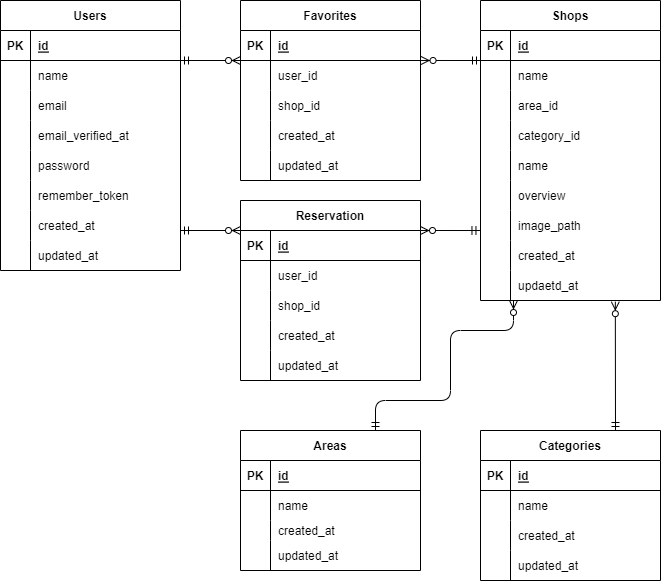
Earlier version of the draw.io export readme/images/rese.drawio.png (takamasa0719/Rese). Source tidied: cells renumbered, new cells last; positions are measured from the earlier drawing's top-left corner, leaving out a move shared by most shapes.
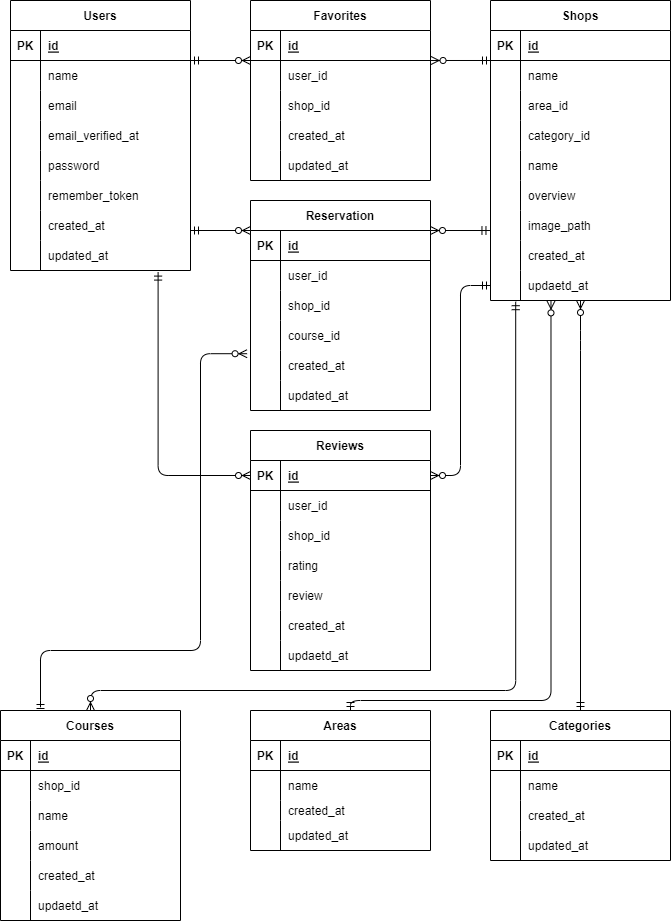
The same diagram one commit later.

The edit, as a diff of the source:
```diff
@@ -78,7 +78,7 @@
       <mxGeometry x="30" width="150" height="30" as="geometry" />
     </mxCell>
     <mxCell id="27" value="Categories" style="shape=table;startSize=30;rowLines=0;fontStyle=1;align=center;" parent="1" vertex="1">
-      <mxGeometry x="480" y="430" width="180" height="150" as="geometry" />
+      <mxGeometry x="480" y="710" width="180" height="150" as="geometry" />
     </mxCell>
     <mxCell id="28" style="shape=partialRectangle;fillColor=none;top=0;left=0;bottom=1;right=0;" parent="27" vertex="1">
       <mxGeometry y="30" width="180" height="30" as="geometry" />
@@ -116,45 +116,6 @@
     <mxCell id="39" value="updated_at" style="shape=partialRectangle;fillColor=none;top=0;left=0;bottom=0;right=0;align=left;spacingLeft=6;overflow=hidden;" parent="37" vertex="1">
       <mxGeometry x="30" width="150" height="30" as="geometry" />
     </mxCell>
-    <mxCell id="40" value="Areas" style="shape=table;startSize=30;rowLines=0;fontStyle=1;align=center;" parent="1" vertex="1">
-      <mxGeometry x="240" y="430" width="180" height="140" as="geometry" />
-    </mxCell>
-    <mxCell id="41" style="shape=partialRectangle;fillColor=none;top=0;left=0;bottom=1;right=0;" parent="40" vertex="1">
-      <mxGeometry y="30" width="180" height="30" as="geometry" />
-    </mxCell>
-    <mxCell id="42" value="PK" style="shape=partialRectangle;fillColor=none;top=0;left=0;bottom=0;right=0;fontStyle=1;overflow=hidden;" parent="41" vertex="1">
-      <mxGeometry width="30" height="30" as="geometry" />
-    </mxCell>
-    <mxCell id="43" value="id" style="shape=partialRectangle;fillColor=none;top=0;left=0;bottom=0;right=0;align=left;spacingLeft=6;fontStyle=5;overflow=hidden;" parent="41" vertex="1">
-      <mxGeometry x="30" width="150" height="30" as="geometry" />
-    </mxCell>
-    <mxCell id="44" style="shape=partialRectangle;fillColor=none;top=0;left=0;bottom=0;right=0;" parent="40" vertex="1">
-      <mxGeometry y="60" width="180" height="30" as="geometry" />
-    </mxCell>
-    <mxCell id="45" style="shape=partialRectangle;fillColor=none;top=0;left=0;bottom=0;right=0;overflow=hidden;" parent="44" vertex="1">
-      <mxGeometry width="30" height="30" as="geometry" />
-    </mxCell>
-    <mxCell id="46" value="name" style="shape=partialRectangle;fillColor=none;top=0;left=0;bottom=0;right=0;align=left;spacingLeft=6;overflow=hidden;" parent="44" vertex="1">
-      <mxGeometry x="30" width="150" height="30" as="geometry" />
-    </mxCell>
-    <mxCell id="47" style="shape=partialRectangle;fillColor=none;top=0;left=0;bottom=0;right=0;" parent="40" vertex="1">
-      <mxGeometry y="90" width="180" height="20" as="geometry" />
-    </mxCell>
-    <mxCell id="48" style="shape=partialRectangle;fillColor=none;top=0;left=0;bottom=0;right=0;overflow=hidden;" parent="47" vertex="1">
-      <mxGeometry width="30" height="20" as="geometry" />
-    </mxCell>
-    <mxCell id="49" value="created_at" style="shape=partialRectangle;fillColor=none;top=0;left=0;bottom=0;right=0;align=left;spacingLeft=6;overflow=hidden;" parent="47" vertex="1">
-      <mxGeometry x="30" width="150" height="20" as="geometry" />
-    </mxCell>
-    <mxCell id="50" style="shape=partialRectangle;fillColor=none;top=0;left=0;bottom=0;right=0;" parent="40" vertex="1">
-      <mxGeometry y="110" width="180" height="30" as="geometry" />
-    </mxCell>
-    <mxCell id="51" style="shape=partialRectangle;fillColor=none;top=0;left=0;bottom=0;right=0;overflow=hidden;" parent="50" vertex="1">
-      <mxGeometry width="30" height="30" as="geometry" />
-    </mxCell>
-    <mxCell id="52" value="updated_at" style="shape=partialRectangle;fillColor=none;top=0;left=0;bottom=0;right=0;align=left;spacingLeft=6;overflow=hidden;" parent="50" vertex="1">
-      <mxGeometry x="30" width="150" height="30" as="geometry" />
-    </mxCell>
     <mxCell id="53" value="Shops" style="shape=table;startSize=30;rowLines=0;fontStyle=1;align=center;" parent="1" vertex="1">
       <mxGeometry x="480" width="180" height="300" as="geometry" />
     </mxCell>
@@ -240,7 +201,7 @@
       <mxGeometry x="30" width="150" height="30" as="geometry" />
     </mxCell>
     <mxCell id="81" value="Reservation" style="shape=table;startSize=30;rowLines=0;fontStyle=1;align=center;" parent="1" vertex="1">
-      <mxGeometry x="240" y="200" width="180" height="180" as="geometry" />
+      <mxGeometry x="240" y="200" width="180" height="210" as="geometry" />
     </mxCell>
     <mxCell id="82" style="shape=partialRectangle;fillColor=none;top=0;left=0;bottom=1;right=0;" parent="81" vertex="1">
       <mxGeometry y="30" width="180" height="30" as="geometry" />
@@ -275,7 +236,7 @@
     <mxCell id="92" style="shape=partialRectangle;fillColor=none;top=0;left=0;bottom=0;right=0;overflow=hidden;" parent="91" vertex="1">
       <mxGeometry width="30" height="30" as="geometry" />
     </mxCell>
-    <mxCell id="93" value="created_at" style="shape=partialRectangle;fillColor=none;top=0;left=0;bottom=0;right=0;align=left;spacingLeft=6;overflow=hidden;" parent="91" vertex="1">
+    <mxCell id="93" value="course_id" style="shape=partialRectangle;fillColor=none;top=0;left=0;bottom=0;right=0;align=left;spacingLeft=6;overflow=hidden;" parent="91" vertex="1">
       <mxGeometry x="30" width="150" height="30" as="geometry" />
     </mxCell>
     <mxCell id="94" style="shape=partialRectangle;fillColor=none;top=0;left=0;bottom=0;right=0;points=[[0,0.5],[1,0.5]];portConstraint=eastwest;" parent="81" vertex="1">
@@ -284,9 +245,18 @@
     <mxCell id="95" style="shape=partialRectangle;fillColor=none;top=0;left=0;bottom=0;right=0;overflow=hidden;" parent="94" vertex="1">
       <mxGeometry width="30" height="30" as="geometry" />
     </mxCell>
-    <mxCell id="96" value="updated_at" style="shape=partialRectangle;fillColor=none;top=0;left=0;bottom=0;right=0;align=left;spacingLeft=6;overflow=hidden;" parent="94" vertex="1">
+    <mxCell id="96" value="created_at" style="shape=partialRectangle;fillColor=none;top=0;left=0;bottom=0;right=0;align=left;spacingLeft=6;overflow=hidden;" parent="94" vertex="1">
       <mxGeometry x="30" width="150" height="30" as="geometry" />
     </mxCell>
+    <mxCell id="119" style="shape=partialRectangle;fillColor=none;top=0;left=0;bottom=0;right=0;" parent="81" vertex="1">
+      <mxGeometry y="180" width="180" height="30" as="geometry" />
+    </mxCell>
+    <mxCell id="120" style="shape=partialRectangle;fillColor=none;top=0;left=0;bottom=0;right=0;overflow=hidden;" parent="119" vertex="1">
+      <mxGeometry width="30" height="30" as="geometry" />
+    </mxCell>
+    <mxCell id="121" value="updated_at" style="shape=partialRectangle;fillColor=none;top=0;left=0;bottom=0;right=0;align=left;spacingLeft=6;overflow=hidden;" parent="119" vertex="1">
+      <mxGeometry x="30" width="150" height="30" as="geometry" />
+    </mxCell>
     <mxCell id="97" style="fontSize=12;html=1;endArrow=ERzeroToMany;startArrow=ERmandOne;entryX=1.003;entryY=0.933;entryDx=0;entryDy=0;entryPerimeter=0;" parent="1" edge="1">
       <mxGeometry relative="1" as="geometry">
         <mxPoint x="480" y="60" as="sourcePoint" />
@@ -298,17 +268,6 @@
         <mxPoint x="180" y="60" as="sourcePoint" />
       </mxGeometry>
     </mxCell>
-    <mxCell id="99" style="edgeStyle=orthogonalEdgeStyle;fontSize=12;html=1;endArrow=ERzeroToMany;startArrow=ERmandOne;exitX=0.75;exitY=0;exitDx=0;exitDy=0;" parent="1" edge="1" source="40">
-      <mxGeometry relative="1" as="geometry">
-        <mxPoint x="513" y="300" as="targetPoint" />
-        <Array as="points">
-          <mxPoint x="375" y="400" />
-          <mxPoint x="450" y="400" />
-          <mxPoint x="450" y="330" />
-          <mxPoint x="513" y="330" />
-        </Array>
-      </mxGeometry>
-    </mxCell>
     <mxCell id="100" value="Favorites" style="shape=table;startSize=30;rowLines=0;fontStyle=1;align=center;" parent="1" vertex="1">
       <mxGeometry x="240" width="180" height="180" as="geometry" />
     </mxCell>
@@ -369,8 +328,212 @@
         <mxPoint x="420" y="230" as="targetPoint" />
       </mxGeometry>
     </mxCell>
+    <mxCell id="122" value="Reviews" style="shape=table;startSize=30;rowLines=0;fontStyle=1;align=center;" parent="1" vertex="1">
+      <mxGeometry x="240" y="430" width="180" height="240" as="geometry" />
+    </mxCell>
+    <mxCell id="123" style="shape=partialRectangle;fillColor=none;top=0;left=0;bottom=1;right=0;points=[[0,0.5],[1,0.5]];portConstraint=eastwest;" parent="122" vertex="1">
+      <mxGeometry y="30" width="180" height="30" as="geometry" />
+    </mxCell>
+    <mxCell id="124" value="PK" style="shape=partialRectangle;fillColor=none;top=0;left=0;bottom=0;right=0;fontStyle=1;overflow=hidden;" parent="123" vertex="1">
+      <mxGeometry width="30" height="30" as="geometry" />
+    </mxCell>
+    <mxCell id="125" value="id" style="shape=partialRectangle;fillColor=none;top=0;left=0;bottom=0;right=0;align=left;spacingLeft=6;fontStyle=5;overflow=hidden;" parent="123" vertex="1">
+      <mxGeometry x="30" width="150" height="30" as="geometry" />
+    </mxCell>
+    <mxCell id="126" style="shape=partialRectangle;fillColor=none;top=0;left=0;bottom=0;right=0;" parent="122" vertex="1">
+      <mxGeometry y="60" width="180" height="30" as="geometry" />
+    </mxCell>
+    <mxCell id="127" style="shape=partialRectangle;fillColor=none;top=0;left=0;bottom=0;right=0;overflow=hidden;" parent="126" vertex="1">
+      <mxGeometry width="30" height="30" as="geometry" />
+    </mxCell>
+    <mxCell id="128" value="user_id" style="shape=partialRectangle;fillColor=none;top=0;left=0;bottom=0;right=0;align=left;spacingLeft=6;overflow=hidden;" parent="126" vertex="1">
+      <mxGeometry x="30" width="150" height="30" as="geometry" />
+    </mxCell>
+    <mxCell id="129" style="shape=partialRectangle;fillColor=none;top=0;left=0;bottom=0;right=0;" parent="122" vertex="1">
+      <mxGeometry y="90" width="180" height="30" as="geometry" />
+    </mxCell>
+    <mxCell id="130" style="shape=partialRectangle;fillColor=none;top=0;left=0;bottom=0;right=0;overflow=hidden;" parent="129" vertex="1">
+      <mxGeometry width="30" height="30" as="geometry" />
+    </mxCell>
+    <mxCell id="131" value="shop_id" style="shape=partialRectangle;fillColor=none;top=0;left=0;bottom=0;right=0;align=left;spacingLeft=6;overflow=hidden;" parent="129" vertex="1">
+      <mxGeometry x="30" width="150" height="30" as="geometry" />
+    </mxCell>
+    <mxCell id="132" style="shape=partialRectangle;fillColor=none;top=0;left=0;bottom=0;right=0;" parent="122" vertex="1">
+      <mxGeometry y="120" width="180" height="30" as="geometry" />
+    </mxCell>
+    <mxCell id="133" style="shape=partialRectangle;fillColor=none;top=0;left=0;bottom=0;right=0;overflow=hidden;" parent="132" vertex="1">
+      <mxGeometry width="30" height="30" as="geometry" />
+    </mxCell>
+    <mxCell id="134" value="rating" style="shape=partialRectangle;fillColor=none;top=0;left=0;bottom=0;right=0;align=left;spacingLeft=6;overflow=hidden;" parent="132" vertex="1">
+      <mxGeometry x="30" width="150" height="30" as="geometry" />
+    </mxCell>
+    <mxCell id="135" style="shape=partialRectangle;fillColor=none;top=0;left=0;bottom=0;right=0;" parent="122" vertex="1">
+      <mxGeometry y="150" width="180" height="30" as="geometry" />
+    </mxCell>
+    <mxCell id="136" style="shape=partialRectangle;fillColor=none;top=0;left=0;bottom=0;right=0;overflow=hidden;" parent="135" vertex="1">
+      <mxGeometry width="30" height="30" as="geometry" />
+    </mxCell>
+    <mxCell id="137" value="review" style="shape=partialRectangle;fillColor=none;top=0;left=0;bottom=0;right=0;align=left;spacingLeft=6;overflow=hidden;" parent="135" vertex="1">
+      <mxGeometry x="30" width="150" height="30" as="geometry" />
+    </mxCell>
+    <mxCell id="138" style="shape=partialRectangle;fillColor=none;top=0;left=0;bottom=0;right=0;" parent="122" vertex="1">
+      <mxGeometry y="180" width="180" height="30" as="geometry" />
+    </mxCell>
+    <mxCell id="139" style="shape=partialRectangle;fillColor=none;top=0;left=0;bottom=0;right=0;overflow=hidden;" parent="138" vertex="1">
+      <mxGeometry width="30" height="30" as="geometry" />
+    </mxCell>
+    <mxCell id="140" value="created_at" style="shape=partialRectangle;fillColor=none;top=0;left=0;bottom=0;right=0;align=left;spacingLeft=6;overflow=hidden;" parent="138" vertex="1">
+      <mxGeometry x="30" width="150" height="30" as="geometry" />
+    </mxCell>
+    <mxCell id="141" style="shape=partialRectangle;fillColor=none;top=0;left=0;bottom=0;right=0;" parent="122" vertex="1">
+      <mxGeometry y="210" width="180" height="30" as="geometry" />
+    </mxCell>
+    <mxCell id="142" style="shape=partialRectangle;fillColor=none;top=0;left=0;bottom=0;right=0;overflow=hidden;" parent="141" vertex="1">
+      <mxGeometry width="30" height="30" as="geometry" />
+    </mxCell>
+    <mxCell id="143" value="updaetd_at" style="shape=partialRectangle;fillColor=none;top=0;left=0;bottom=0;right=0;align=left;spacingLeft=6;overflow=hidden;" parent="141" vertex="1">
+      <mxGeometry x="30" width="150" height="30" as="geometry" />
+    </mxCell>
+    <mxCell id="144" value="Courses" style="shape=table;startSize=30;rowLines=0;fontStyle=1;align=center;" parent="1" vertex="1">
+      <mxGeometry x="-10" y="710" width="180" height="210" as="geometry" />
+    </mxCell>
+    <mxCell id="145" style="shape=partialRectangle;fillColor=none;top=0;left=0;bottom=1;right=0;" parent="144" vertex="1">
+      <mxGeometry y="30" width="180" height="30" as="geometry" />
+    </mxCell>
+    <mxCell id="146" value="PK" style="shape=partialRectangle;fillColor=none;top=0;left=0;bottom=0;right=0;fontStyle=1;overflow=hidden;" parent="145" vertex="1">
+      <mxGeometry width="30" height="30" as="geometry" />
+    </mxCell>
+    <mxCell id="147" value="id" style="shape=partialRectangle;fillColor=none;top=0;left=0;bottom=0;right=0;align=left;spacingLeft=6;fontStyle=5;overflow=hidden;" parent="145" vertex="1">
+      <mxGeometry x="30" width="150" height="30" as="geometry" />
+    </mxCell>
+    <mxCell id="148" style="shape=partialRectangle;fillColor=none;top=0;left=0;bottom=0;right=0;" parent="144" vertex="1">
+      <mxGeometry y="60" width="180" height="30" as="geometry" />
+    </mxCell>
+    <mxCell id="149" style="shape=partialRectangle;fillColor=none;top=0;left=0;bottom=0;right=0;overflow=hidden;" parent="148" vertex="1">
+      <mxGeometry width="30" height="30" as="geometry" />
+    </mxCell>
+    <mxCell id="150" value="shop_id" style="shape=partialRectangle;fillColor=none;top=0;left=0;bottom=0;right=0;align=left;spacingLeft=6;overflow=hidden;" parent="148" vertex="1">
+      <mxGeometry x="30" width="150" height="30" as="geometry" />
+    </mxCell>
+    <mxCell id="151" style="shape=partialRectangle;fillColor=none;top=0;left=0;bottom=0;right=0;" parent="144" vertex="1">
+      <mxGeometry y="90" width="180" height="30" as="geometry" />
+    </mxCell>
+    <mxCell id="152" style="shape=partialRectangle;fillColor=none;top=0;left=0;bottom=0;right=0;overflow=hidden;" parent="151" vertex="1">
+      <mxGeometry width="30" height="30" as="geometry" />
+    </mxCell>
+    <mxCell id="153" value="name" style="shape=partialRectangle;fillColor=none;top=0;left=0;bottom=0;right=0;align=left;spacingLeft=6;overflow=hidden;" parent="151" vertex="1">
+      <mxGeometry x="30" width="150" height="30" as="geometry" />
+    </mxCell>
+    <mxCell id="154" style="shape=partialRectangle;fillColor=none;top=0;left=0;bottom=0;right=0;" parent="144" vertex="1">
+      <mxGeometry y="120" width="180" height="30" as="geometry" />
+    </mxCell>
+    <mxCell id="155" style="shape=partialRectangle;fillColor=none;top=0;left=0;bottom=0;right=0;overflow=hidden;" parent="154" vertex="1">
+      <mxGeometry width="30" height="30" as="geometry" />
+    </mxCell>
+    <mxCell id="156" value="amount" style="shape=partialRectangle;fillColor=none;top=0;left=0;bottom=0;right=0;align=left;spacingLeft=6;overflow=hidden;" parent="154" vertex="1">
+      <mxGeometry x="30" width="150" height="30" as="geometry" />
+    </mxCell>
+    <mxCell id="157" style="shape=partialRectangle;fillColor=none;top=0;left=0;bottom=0;right=0;" parent="144" vertex="1">
+      <mxGeometry y="150" width="180" height="30" as="geometry" />
+    </mxCell>
+    <mxCell id="158" style="shape=partialRectangle;fillColor=none;top=0;left=0;bottom=0;right=0;overflow=hidden;" parent="157" vertex="1">
+      <mxGeometry width="30" height="30" as="geometry" />
+    </mxCell>
+    <mxCell id="159" value="created_at" style="shape=partialRectangle;fillColor=none;top=0;left=0;bottom=0;right=0;align=left;spacingLeft=6;overflow=hidden;" parent="157" vertex="1">
+      <mxGeometry x="30" width="150" height="30" as="geometry" />
+    </mxCell>
+    <mxCell id="160" style="shape=partialRectangle;fillColor=none;top=0;left=0;bottom=0;right=0;" parent="144" vertex="1">
+      <mxGeometry y="180" width="180" height="30" as="geometry" />
+    </mxCell>
+    <mxCell id="161" style="shape=partialRectangle;fillColor=none;top=0;left=0;bottom=0;right=0;overflow=hidden;" parent="160" vertex="1">
+      <mxGeometry width="30" height="30" as="geometry" />
+    </mxCell>
+    <mxCell id="162" value="updaetd_at" style="shape=partialRectangle;fillColor=none;top=0;left=0;bottom=0;right=0;align=left;spacingLeft=6;overflow=hidden;" parent="160" vertex="1">
+      <mxGeometry x="30" width="150" height="30" as="geometry" />
+    </mxCell>
+    <mxCell id="40" value="Areas" style="shape=table;startSize=30;rowLines=0;fontStyle=1;align=center;" parent="1" vertex="1">
+      <mxGeometry x="240" y="710" width="180" height="140" as="geometry" />
+    </mxCell>
+    <mxCell id="41" style="shape=partialRectangle;fillColor=none;top=0;left=0;bottom=1;right=0;" parent="40" vertex="1">
+      <mxGeometry y="30" width="180" height="30" as="geometry" />
+    </mxCell>
+    <mxCell id="42" value="PK" style="shape=partialRectangle;fillColor=none;top=0;left=0;bottom=0;right=0;fontStyle=1;overflow=hidden;" parent="41" vertex="1">
+      <mxGeometry width="30" height="30" as="geometry" />
+    </mxCell>
+    <mxCell id="43" value="id" style="shape=partialRectangle;fillColor=none;top=0;left=0;bottom=0;right=0;align=left;spacingLeft=6;fontStyle=5;overflow=hidden;" parent="41" vertex="1">
+      <mxGeometry x="30" width="150" height="30" as="geometry" />
+    </mxCell>
+    <mxCell id="44" style="shape=partialRectangle;fillColor=none;top=0;left=0;bottom=0;right=0;" parent="40" vertex="1">
+      <mxGeometry y="60" width="180" height="30" as="geometry" />
+    </mxCell>
+    <mxCell id="45" style="shape=partialRectangle;fillColor=none;top=0;left=0;bottom=0;right=0;overflow=hidden;" parent="44" vertex="1">
+      <mxGeometry width="30" height="30" as="geometry" />
+    </mxCell>
+    <mxCell id="46" value="name" style="shape=partialRectangle;fillColor=none;top=0;left=0;bottom=0;right=0;align=left;spacingLeft=6;overflow=hidden;" parent="44" vertex="1">
+      <mxGeometry x="30" width="150" height="30" as="geometry" />
+    </mxCell>
+    <mxCell id="47" style="shape=partialRectangle;fillColor=none;top=0;left=0;bottom=0;right=0;" parent="40" vertex="1">
+      <mxGeometry y="90" width="180" height="20" as="geometry" />
+    </mxCell>
+    <mxCell id="48" style="shape=partialRectangle;fillColor=none;top=0;left=0;bottom=0;right=0;overflow=hidden;" parent="47" vertex="1">
+      <mxGeometry width="30" height="20" as="geometry" />
+    </mxCell>
+    <mxCell id="49" value="created_at" style="shape=partialRectangle;fillColor=none;top=0;left=0;bottom=0;right=0;align=left;spacingLeft=6;overflow=hidden;" parent="47" vertex="1">
+      <mxGeometry x="30" width="150" height="20" as="geometry" />
+    </mxCell>
+    <mxCell id="50" style="shape=partialRectangle;fillColor=none;top=0;left=0;bottom=0;right=0;" parent="40" vertex="1">
+      <mxGeometry y="110" width="180" height="30" as="geometry" />
+    </mxCell>
+    <mxCell id="51" style="shape=partialRectangle;fillColor=none;top=0;left=0;bottom=0;right=0;overflow=hidden;" parent="50" vertex="1">
+      <mxGeometry width="30" height="30" as="geometry" />
+    </mxCell>
+    <mxCell id="52" value="updated_at" style="shape=partialRectangle;fillColor=none;top=0;left=0;bottom=0;right=0;align=left;spacingLeft=6;overflow=hidden;" parent="50" vertex="1">
+      <mxGeometry x="30" width="150" height="30" as="geometry" />
+    </mxCell>
+    <mxCell id="163" style="fontSize=12;html=1;endArrow=ERzeroToMany;startArrow=ERmandOne;entryX=0;entryY=0.5;entryDx=0;entryDy=0;exitX=0.82;exitY=1.053;exitDx=0;exitDy=0;exitPerimeter=0;edgeStyle=orthogonalEdgeStyle;" parent="1" edge="1" source="24" target="123">
+      <mxGeometry relative="1" as="geometry">
+        <Array as="points">
+          <mxPoint x="148" y="475" />
+        </Array>
+      </mxGeometry>
+    </mxCell>
+    <mxCell id="164" style="fontSize=12;html=1;endArrow=ERzeroToMany;startArrow=ERmandOne;entryX=1;entryY=0.5;entryDx=0;entryDy=0;exitX=0;exitY=0.5;exitDx=0;exitDy=0;edgeStyle=orthogonalEdgeStyle;" parent="1" edge="1" source="78" target="123">
+      <mxGeometry relative="1" as="geometry" />
+    </mxCell>
-    <mxCell id="118" style="fontSize=12;html=1;endArrow=ERzeroToMany;startArrow=ERmandOne;exitX=0.75;exitY=0;exitDx=0;exitDy=0;entryX=0.749;entryY=1.04;entryDx=0;entryDy=0;entryPerimeter=0;" parent="1" edge="1" source="27" target="78">
-      <mxGeometry relative="1" as="geometry" />
+    <mxCell id="118" style="fontSize=12;html=1;endArrow=ERzeroToMany;startArrow=ERmandOne;exitX=0.5;exitY=0;exitDx=0;exitDy=0;" parent="1" edge="1" source="27" target="78">
+      <mxGeometry relative="1" as="geometry">
+        <Array as="points">
+          <mxPoint x="570" y="340" />
+        </Array>
+      </mxGeometry>
     </mxCell>
+    <mxCell id="165" style="fontSize=12;html=1;endArrow=ERzeroToMany;startArrow=ERmandOne;exitX=0.5;exitY=0;exitDx=0;exitDy=0;edgeStyle=orthogonalEdgeStyle;entryX=0.336;entryY=1.013;entryDx=0;entryDy=0;entryPerimeter=0;" parent="1" edge="1" target="78">
+      <mxGeometry relative="1" as="geometry">
+        <mxPoint x="340" y="710" as="sourcePoint" />
+        <Array as="points">
+          <mxPoint x="340" y="700" />
+          <mxPoint x="541" y="700" />
+        </Array>
+      </mxGeometry>
+    </mxCell>
+    <mxCell id="166" style="edgeStyle=orthogonalEdgeStyle;fontSize=12;html=1;endArrow=ERzeroToMany;startArrow=ERmandOne;entryX=0.5;entryY=0;entryDx=0;entryDy=0;exitX=0.14;exitY=1.04;exitDx=0;exitDy=0;exitPerimeter=0;" parent="1" edge="1" source="78" target="144">
+      <mxGeometry relative="1" as="geometry">
+        <Array as="points">
+          <mxPoint x="505" y="690" />
+          <mxPoint x="80" y="690" />
+        </Array>
+      </mxGeometry>
+    </mxCell>
+    <mxCell id="167" style="fontSize=12;html=1;endArrow=ERzeroToMany;startArrow=ERmandOne;edgeStyle=orthogonalEdgeStyle;entryX=-0.019;entryY=0.107;entryDx=0;entryDy=0;entryPerimeter=0;" parent="1" edge="1" target="94">
+      <mxGeometry relative="1" as="geometry">
+        <mxPoint x="30" y="700" as="sourcePoint" />
+        <Array as="points">
+          <mxPoint x="30" y="710" />
+          <mxPoint x="30" y="650" />
+          <mxPoint x="190" y="650" />
+          <mxPoint x="190" y="353" />
+        </Array>
+      </mxGeometry>
+    </mxCell>
   </root>
 </mxGraphModel>
```
